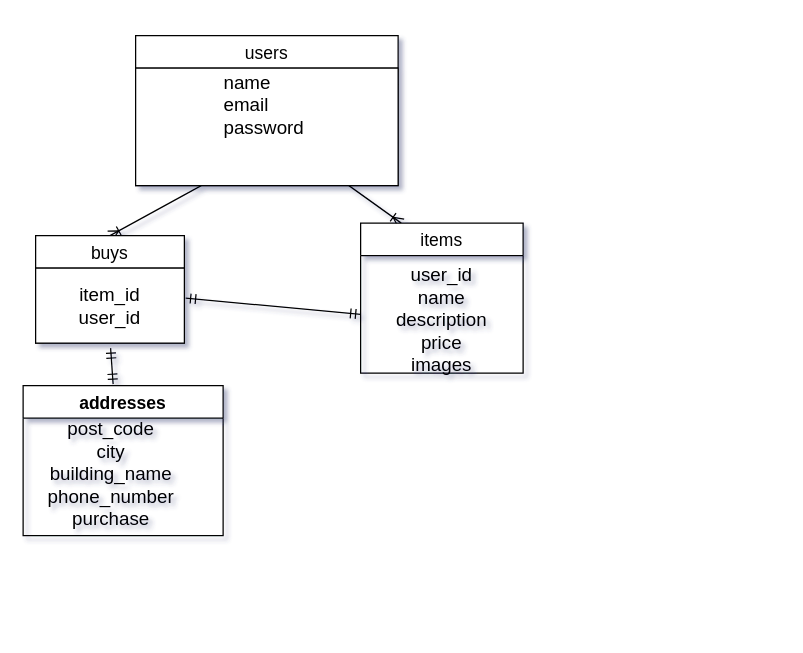
Earlier version of the draw.io diagram twst.dio (seika-tech/furima-28659). Source tidied: cells renumbered, new cells numbered last; positions are measured from the earlier drawing's top-left corner, leaving out a move shared by most shapes. Both pictures are drawn from the tidied source at 125%, with x=0, y=0 at pixel (22, 35).
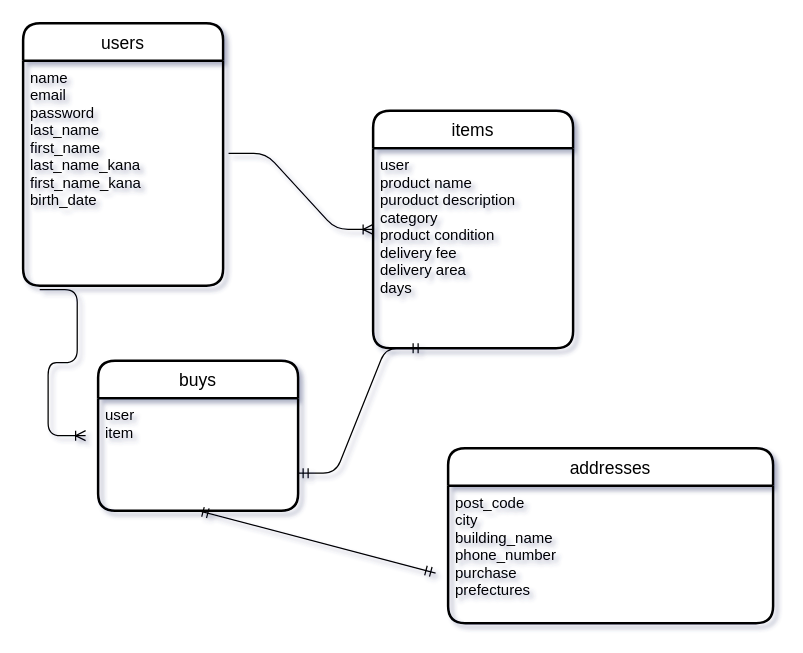
After the change.

Commit message (it also covers changes not shown here):
データベース修正

The edit, as a diff of the source:
```diff
@@
-    <mxCell id="2" style="fontSize=12;html=1;endArrow=ERoneToMany;entryX=0.25;entryY=0;entryDx=0;entryDy=0;" parent="1" edge="1" source="12" target="16">
-      <mxGeometry relative="1" as="geometry" />
-    </mxCell>
-    <mxCell id="3" style="fontSize=12;html=1;endArrow=ERoneToMany;entryX=0.5;entryY=0;entryDx=0;entryDy=0;exitX=0.25;exitY=1;exitDx=0;exitDy=0;" parent="1" edge="1" source="12" target="14">
-      <mxGeometry relative="1" as="geometry" />
-    </mxCell>
@@
+    <mxCell id="21" value="&lt;br&gt;" style="text;html=1;align=center;verticalAlign=middle;" parent="1" vertex="1">
+      <mxGeometry x="30" y="80" width="20" height="20" as="geometry" />
+    </mxCell>
-    <mxCell id="5" value="users" style="swimlane;fontStyle=0;horizontal=1;startSize=26;align=center;fontSize=14;" parent="1" vertex="1">
-      <mxGeometry x="90" width="210" height="120" as="geometry" />
+    <mxCell id="5" value="users" style="swimlane;horizontal=1;startSize=30;rounded=1;fontSize=14;fontStyle=0;strokeWidth=2;shadow=0;dashed=0;align=center;" parent="1" vertex="1">
+      <mxGeometry y="-10" width="160" height="210" as="geometry" />
     </mxCell>
-    <mxCell id="6" style="endArrow=none;html=1;rounded=0;" parent="5" edge="1" source="12">
-      <mxGeometry relative="1" as="geometry">
-        <mxPoint x="160" y="55" as="targetPoint" />
-      </mxGeometry>
-    </mxCell>
-    <mxCell id="7" style="edgeStyle=none;shape=flexArrow;rounded=0;jettySize=auto;html=1;exitX=0.5;exitY=1;exitDx=0;exitDy=0;endArrow=async;endFill=1;" parent="5" edge="1" source="5" target="12">
-      <mxGeometry relative="1" as="geometry" />
-    </mxCell>
-    <mxCell id="8" style="edgeStyle=none;shape=flexArrow;rounded=0;orthogonalLoop=1;jettySize=auto;html=1;exitX=1;exitY=1;exitDx=0;exitDy=0;endArrow=async;endFill=1;" parent="5" edge="1" source="12" target="12">
-      <mxGeometry relative="1" as="geometry" />
-    </mxCell>
-    <mxCell id="9" style="edgeStyle=none;rounded=1;sketch=0;orthogonalLoop=1;jettySize=auto;html=1;exitX=0.5;exitY=1;exitDx=0;exitDy=0;" parent="5" edge="1" source="12" target="12">
-      <mxGeometry relative="1" as="geometry" />
-    </mxCell>
-    <mxCell id="10" style="edgeStyle=none;rounded=1;sketch=0;jettySize=auto;html=1;exitX=0.25;exitY=1;exitDx=0;exitDy=0;" parent="5" edge="1" source="5" target="12">
-      <mxGeometry relative="1" as="geometry" />
-    </mxCell>
-    <mxCell id="11" style="edgeStyle=none;rounded=1;sketch=0;jettySize=auto;html=1;entryX=0.5;entryY=1;entryDx=0;entryDy=0;" parent="5" edge="1" source="5" target="12">
-      <mxGeometry relative="1" as="geometry" />
-    </mxCell>
-    <mxCell id="12" value="&lt;div style=&quot;text-align: left&quot;&gt;&lt;span style=&quot;font-size: 15px&quot;&gt;name&amp;nbsp;&amp;nbsp;&lt;/span&gt;&lt;/div&gt;&lt;span style=&quot;font-size: 15px&quot;&gt;&lt;div style=&quot;text-align: left&quot;&gt;&lt;span&gt;email&amp;nbsp;&lt;/span&gt;&lt;/div&gt;&lt;/span&gt;&lt;span style=&quot;font-size: 15px&quot;&gt;&lt;div style=&quot;text-align: left&quot;&gt;&lt;span&gt;password&amp;nbsp;&lt;/span&gt;&lt;/div&gt;&lt;/span&gt;&lt;span style=&quot;font-size: 15px&quot;&gt;&lt;div style=&quot;text-align: left&quot;&gt;&lt;span&gt;&amp;nbsp;&lt;/span&gt;&lt;/div&gt;&lt;/span&gt;&lt;font&gt;&lt;div style=&quot;text-align: left&quot;&gt;&lt;span style=&quot;font-size: 15px&quot;&gt;&lt;br&gt;&lt;/span&gt;&lt;/div&gt;&lt;/font&gt;" style="whiteSpace=wrap;html=1;align=center;verticalAlign=middle;labelPosition=center;verticalLabelPosition=middle;fontStyle=0;labelBorderColor=none;labelBackgroundColor=none;" parent="5" vertex="1">
-      <mxGeometry y="26" width="210" height="94" as="geometry" />
-    </mxCell>
-    <mxCell id="13" style="fontSize=12;html=1;endArrow=ERmandOne;startArrow=ERmandOne;entryX=0.45;entryY=-0.01;entryDx=0;entryDy=0;entryPerimeter=0;" parent="1" edge="1" target="17">
-      <mxGeometry relative="1" as="geometry">
-        <mxPoint x="70" y="250" as="sourcePoint" />
-      </mxGeometry>
-    </mxCell>
+    <mxCell id="22" value="name&#10;email&#10;password&#10;last_name&#10;first_name&#10;last_name_kana&#10;first_name_kana&#10;birth_date&#10;" style="align=left;strokeColor=none;fillColor=none;spacingLeft=4;fontSize=12;verticalAlign=top;" parent="5" vertex="1">
+      <mxGeometry y="30" width="160" height="180" as="geometry" />
+    </mxCell>
+    <mxCell id="23" style="edgeStyle=entityRelationEdgeStyle;fontSize=12;html=1;endArrow=ERoneToMany;exitX=0.083;exitY=1.018;exitDx=0;exitDy=0;exitPerimeter=0;" parent="5" edge="1" source="22">
+      <mxGeometry relative="1" as="geometry">
+        <mxPoint x="50" y="330" as="targetPoint" />
+      </mxGeometry>
+    </mxCell>
+    <mxCell id="16" value="items" style="swimlane;horizontal=1;startSize=30;rounded=1;fontSize=14;fontStyle=0;strokeWidth=2;shadow=0;dashed=0;align=center;" parent="1" vertex="1">
+      <mxGeometry x="280" y="60" width="160" height="190" as="geometry" />
+    </mxCell>
+    <mxCell id="24" value="user&#10;product name&#10;puroduct description&#10;category&#10;product condition&#10;delivery fee&#10;delivery area&#10;days&#10;" style="align=left;strokeColor=none;fillColor=none;spacingLeft=4;fontSize=12;verticalAlign=top;" parent="16" vertex="1">
+      <mxGeometry y="30" width="160" height="160" as="geometry" />
+    </mxCell>
+    <mxCell id="25" style="edgeStyle=entityRelationEdgeStyle;fontSize=12;html=1;endArrow=ERoneToMany;exitX=1.027;exitY=0.412;exitDx=0;exitDy=0;exitPerimeter=0;entryX=0;entryY=0.5;entryDx=0;entryDy=0;" parent="1" edge="1" source="22" target="16">
+      <mxGeometry relative="1" as="geometry" />
+    </mxCell>
-    <mxCell id="14" value="buys" style="swimlane;fontStyle=0;horizontal=1;startSize=26;align=center;fontSize=14;" parent="1" vertex="1">
-      <mxGeometry x="10" y="160" width="119" height="86" as="geometry" />
+    <mxCell id="14" value="buys" style="swimlane;horizontal=1;startSize=30;rounded=1;fontSize=14;fontStyle=0;strokeWidth=2;shadow=0;dashed=0;align=center;" parent="1" vertex="1">
+      <mxGeometry x="60" y="260" width="160" height="120" as="geometry" />
     </mxCell>
-    <mxCell id="15" value="&lt;span style=&quot;font-size: 15px&quot;&gt;item_id&lt;br&gt;user_id&lt;br&gt;&lt;/span&gt;" style="whiteSpace=wrap;html=1;sketch=0;align=center;fontStyle=0;" parent="14" vertex="1">
-      <mxGeometry y="26" width="119" height="60" as="geometry" />
-    </mxCell>
-    <mxCell id="16" value="items" style="swimlane;fontStyle=0;horizontal=1;startSize=26;align=center;fontSize=14;" parent="1" vertex="1">
-      <mxGeometry x="270" y="150" width="130" height="120" as="geometry" />
-    </mxCell>
+    <mxCell id="26" value="user&#10;item" style="align=left;strokeColor=none;fillColor=none;spacingLeft=4;fontSize=12;verticalAlign=top;" parent="14" vertex="1">
+      <mxGeometry y="30" width="160" height="90" as="geometry" />
+    </mxCell>
+    <mxCell id="27" style="edgeStyle=entityRelationEdgeStyle;fontSize=12;html=1;endArrow=ERmandOne;startArrow=ERmandOne;" parent="1" edge="1">
+      <mxGeometry relative="1" as="geometry">
+        <mxPoint x="220" y="350" as="sourcePoint" />
+        <mxPoint x="320" y="250" as="targetPoint" />
+      </mxGeometry>
+    </mxCell>
+    <mxCell id="28" style="fontSize=12;html=1;endArrow=ERmandOne;startArrow=ERmandOne;entryX=0.5;entryY=1;entryDx=0;entryDy=0;" parent="1" edge="1" target="26">
+      <mxGeometry relative="1" as="geometry">
+        <mxPoint x="330" y="430" as="sourcePoint" />
+      </mxGeometry>
+    </mxCell>
-    <mxCell id="17" value="addresses" style="swimlane;fontStyle=1;horizontal=1;startSize=26;align=center;fontSize=14;" parent="1" vertex="1">
-      <mxGeometry y="280" width="160" height="120" as="geometry" />
+    <mxCell id="17" value="addresses" style="swimlane;horizontal=1;startSize=30;rounded=1;fontSize=14;fontStyle=0;strokeWidth=2;shadow=0;dashed=0;align=center;" parent="1" vertex="1">
+      <mxGeometry x="340" y="330" width="260" height="140" as="geometry" />
     </mxCell>
-    <mxCell id="18" style="fontSize=12;html=1;endArrow=ERmandOne;startArrow=ERmandOne;entryX=0;entryY=0.5;entryDx=0;entryDy=0;" parent="1" edge="1" target="20">
-      <mxGeometry relative="1" as="geometry">
-        <mxPoint x="130" y="210" as="sourcePoint" />
-      </mxGeometry>
-    </mxCell>
-    <mxCell id="19" value="post_code&lt;br&gt;city&lt;br&gt;building_name&lt;br&gt;phone_number&lt;br&gt;purchase" style="text;html=1;align=center;verticalAlign=middle;fontSize=15;fontStyle=0;" parent="1" vertex="1">
-      <mxGeometry x="10" y="305" width="120" height="90" as="geometry" />
-    </mxCell>
-    <mxCell id="20" value="user_id&#10;name&#10;description&#10;price&#10;images&#10;" style="text;strokeColor=none;fillColor=none;spacingLeft=4;spacingRight=4;overflow=hidden;points=[[0,0.5],[1,0.5]];portConstraint=eastwest;fontSize=15;align=center;fontStyle=0;" parent="1" vertex="1">
-      <mxGeometry x="270" y="176" width="130" height="94" as="geometry" />
-    </mxCell>
+    <mxCell id="29" value="post_code&#10;city&#10;building_name&#10;phone_number&#10;purchase&#10;prefectures" style="align=left;strokeColor=none;fillColor=none;spacingLeft=4;fontSize=12;verticalAlign=top;" parent="17" vertex="1">
+      <mxGeometry y="30" width="260" height="110" as="geometry" />
+    </mxCell>
```
